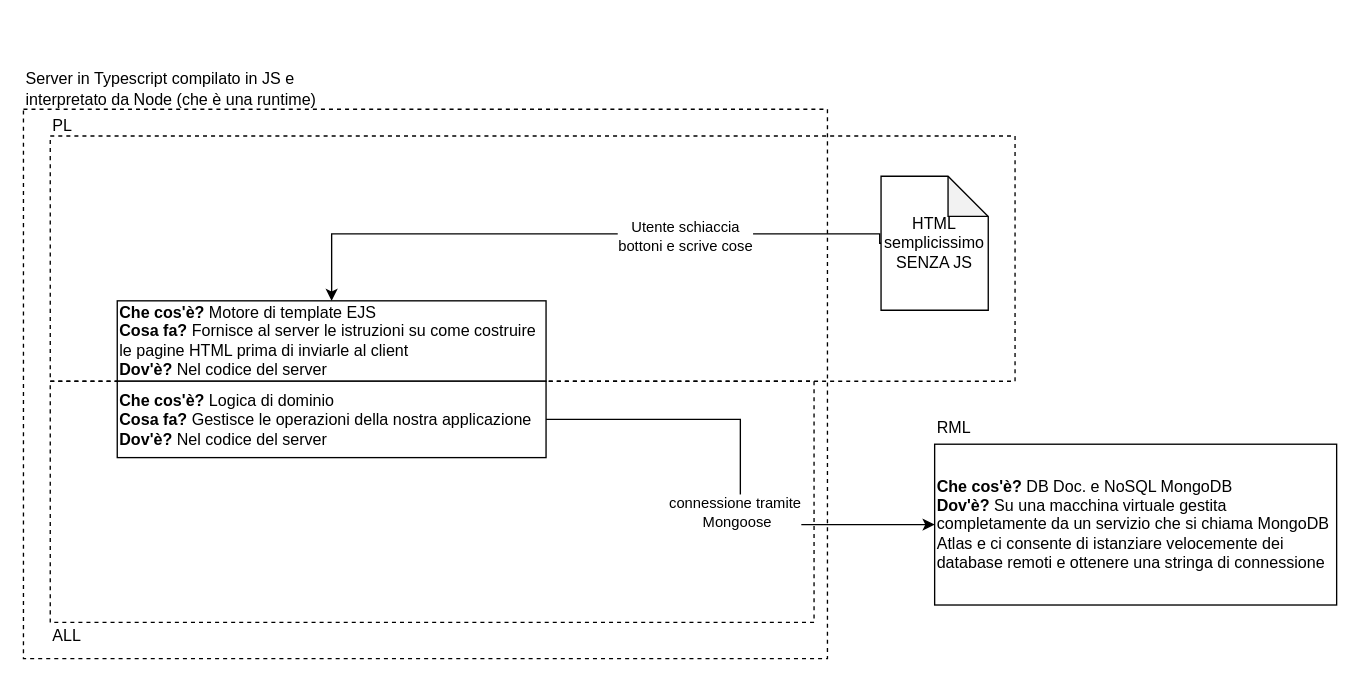
signoridellostoccaggio/roadmap keeps this draw.io diagram as Untitled Diagram.drawio. Above is the earlier version. Source tidied: cells renumbered, new cells numbered last; positions are measured from the earlier drawing's top-left corner, leaving out a move shared by most shapes. Both pictures are drawn from the tidied source at 134%, with x=0, y=0 at pixel (23, 68).
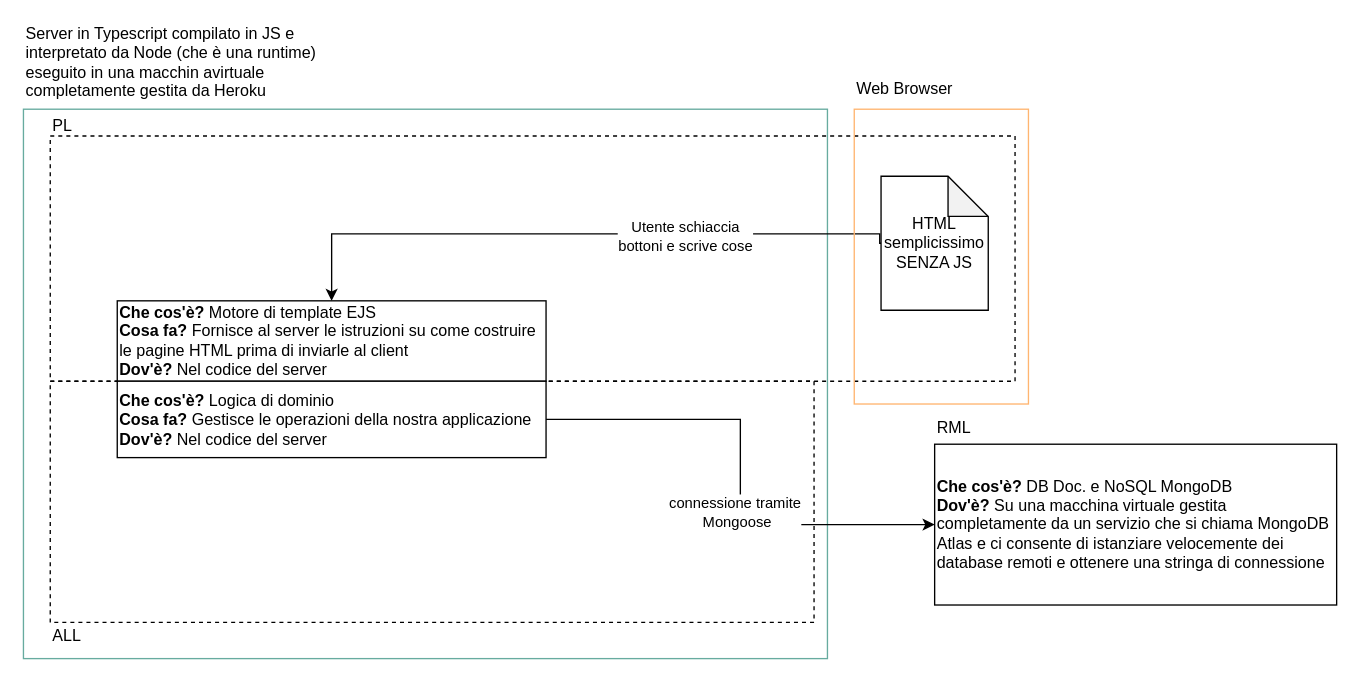
The same diagram, later.

Change to the diagram source:
```diff
@@
-    <mxCell id="2" style="rounded=0;whiteSpace=wrap;html=1;fillColor=none;dashed=1;" parent="1" vertex="1">
+    <mxCell id="2" style="rounded=0;whiteSpace=wrap;html=1;fillColor=none;strokeColor=#67AB9F;" parent="1" vertex="1">
       <mxGeometry y="30" width="600" height="410" as="geometry" />
     </mxCell>
@@
-    <mxCell id="16" value="Server in Typescript compilato in JS e interpretato da Node (che è una runtime)" style="text;html=1;strokeColor=none;fillColor=none;align=left;verticalAlign=middle;whiteSpace=wrap;rounded=0;" parent="1" vertex="1">
-      <mxGeometry width="260" height="30" as="geometry" />
+    <mxCell id="16" value="Server in Typescript compilato in JS e interpretato da Node (che è una runtime) eseguito in una macchin avirtuale completamente gestita da Heroku" style="text;html=1;strokeColor=none;fillColor=none;align=left;verticalAlign=middle;whiteSpace=wrap;rounded=0;" parent="1" vertex="1">
+      <mxGeometry y="-20" width="260" height="30" as="geometry" />
     </mxCell>
+    <mxCell id="17" style="rounded=0;whiteSpace=wrap;html=1;fillColor=none;strokeColor=#FFB570;" parent="1" vertex="1">
+      <mxGeometry x="620" y="30" width="130" height="220" as="geometry" />
+    </mxCell>
+    <mxCell id="18" value="Web Browser" style="text;html=1;strokeColor=none;fillColor=none;align=left;verticalAlign=middle;whiteSpace=wrap;rounded=0;" parent="1" vertex="1">
+      <mxGeometry x="620" width="130" height="30" as="geometry" />
+    </mxCell>
```
